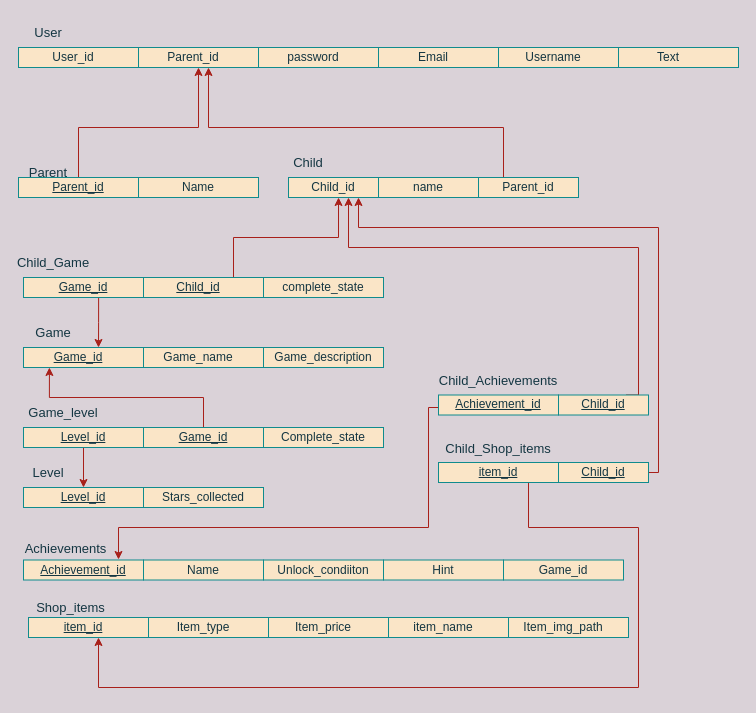
LUDOOS/LUDOSDOCS keeps this draw.io diagram as page "Page-1" (1 of 2) of Diagrams/Database_Schema v2.drawio. Above is the earlier version. Source tidied: cells renumbered, new cells numbered last; positions are measured from the earlier drawing's top-left corner, leaving out a move shared by most shapes. Both pictures are drawn from the tidied source at 100%, with x=0, y=0 at pixel (18, 17).
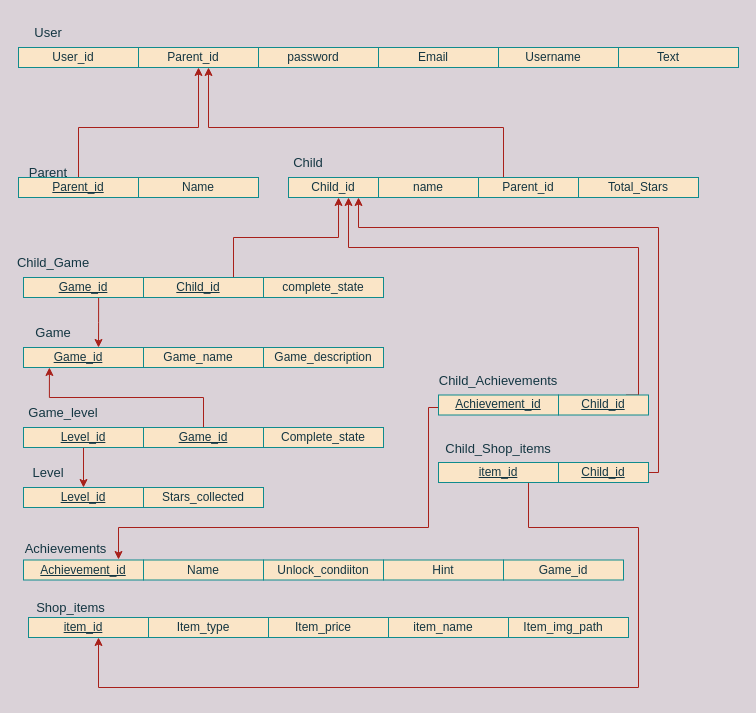
The same page after the edit.

What changed in the source:
```diff
@@
+    <mxCell id="95" value="Total_Stars" style="rounded=0;whiteSpace=wrap;html=1;fillColor=#FAE5C7;strokeColor=#0F8B8D;fontColor=#143642;" parent="1" vertex="1">
+      <mxGeometry x="560" y="160" width="120" height="20" as="geometry" />
+    </mxCell>
```
